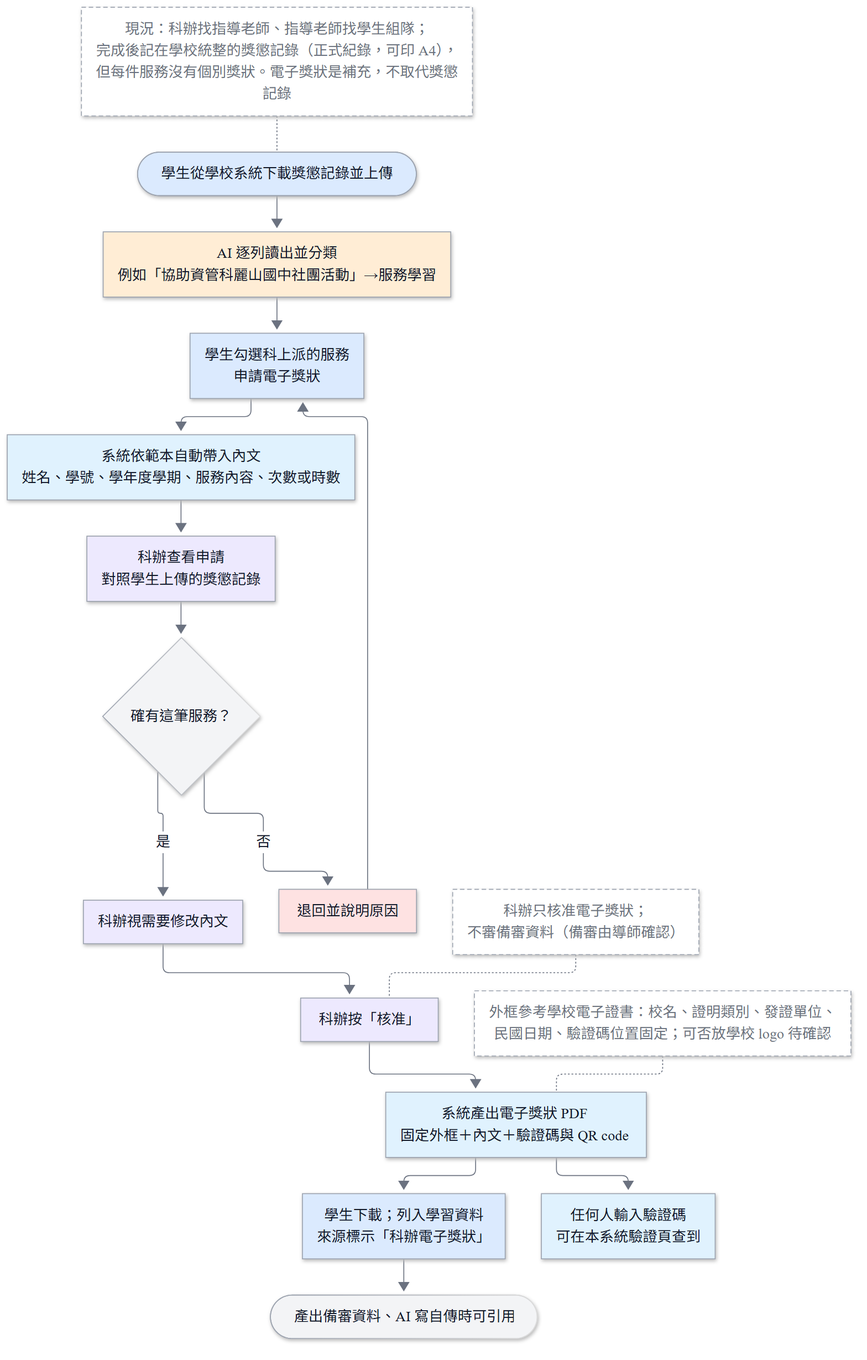
Above: docs/images/D-18-staff-service-record-flow.png in vujhdcusa/1028 (Mermaid), before the change. Its source is kept beside it as docs/images/D-18-staff-service-record-flow.mmd.
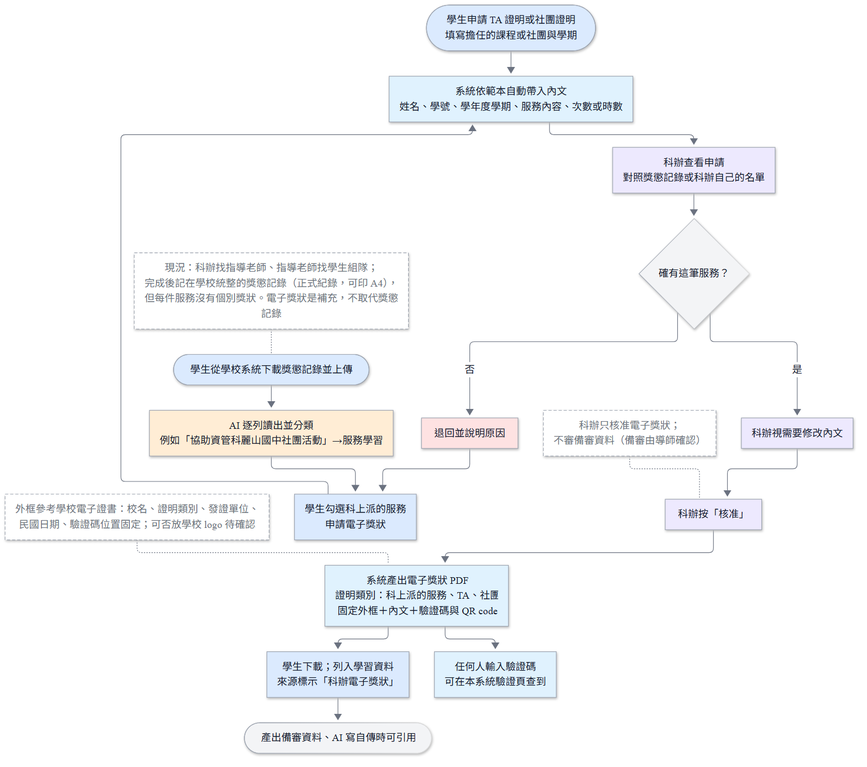
The same file after the commit.

What changed in the source:
```diff
@@ -9,14 +9,15 @@
 
     Start([學生從學校系統下載獎懲記錄並上傳]):::student --> Read[AI 逐列讀出並分類<br/>例如「協助資管科麗山國中社團活動」→服務學習]:::ai
     Read --> Pick[學生勾選科上派的服務<br/>申請電子獎狀]:::student
+    Other([學生申請 TA 證明或社團證明<br/>填寫擔任的課程或社團與學期]):::student --> Draft
     Pick --> Draft[系統依範本自動帶入內文<br/>姓名、學號、學年度學期、服務內容、次數或時數]:::system
-    Draft --> Review[科辦查看申請<br/>對照學生上傳的獎懲記錄]:::staff
+    Draft --> Review[科辦查看申請<br/>對照獎懲記錄或科辦自己的名單]:::staff
     Review --> Valid{確有這筆服務？}
     Valid -- 否 --> Return[退回並說明原因]:::alert
     Return --> Pick
     Valid -- 是 --> Edit[科辦視需要修改內文]:::staff
     Edit --> Approve[科辦按「核准」]:::staff
-    Approve --> Cert[系統產出電子獎狀 PDF<br/>固定外框＋內文＋驗證碼與 QR code]:::system
+    Approve --> Cert[系統產出電子獎狀 PDF<br/>證明類別：科上派的服務、TA、社團<br/>固定外框＋內文＋驗證碼與 QR code]:::system
     Cert --> Student[學生下載；列入學習資料<br/>來源標示「科辦電子獎狀」]:::student
     Cert --> Verify[任何人輸入驗證碼<br/>可在本系統驗證頁查到]:::system
     Student --> Package([產出備審資料、AI 寫自傳時可引用])
```
